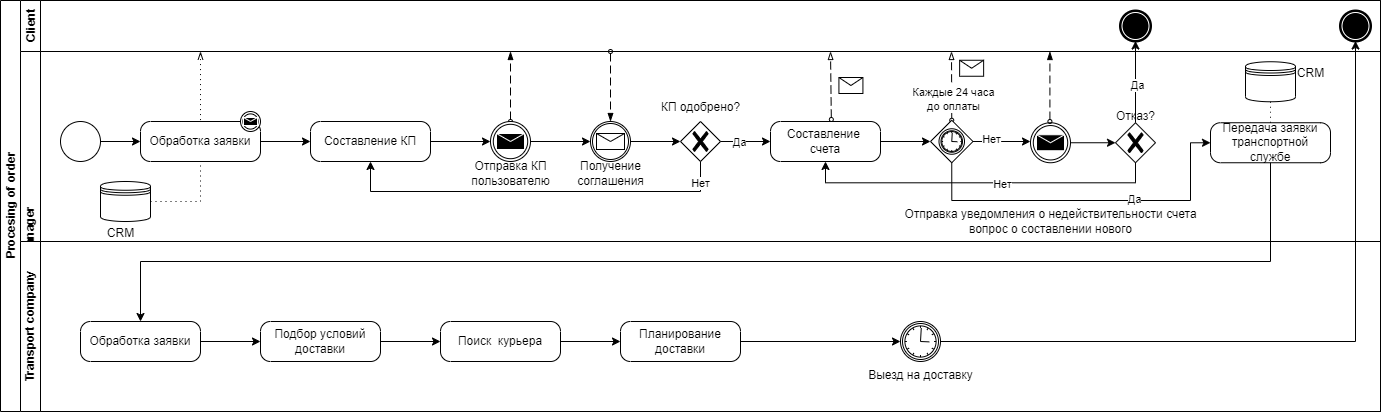
Before: Projects/Business_process/Processing_BPMN.drawio.png, a diagram exported from draw.io (biblelover1/main_repo). Source tidied: cells renumbered, new cells last; positions are measured from the earlier drawing's top-left corner, leaving out a move shared by most shapes.
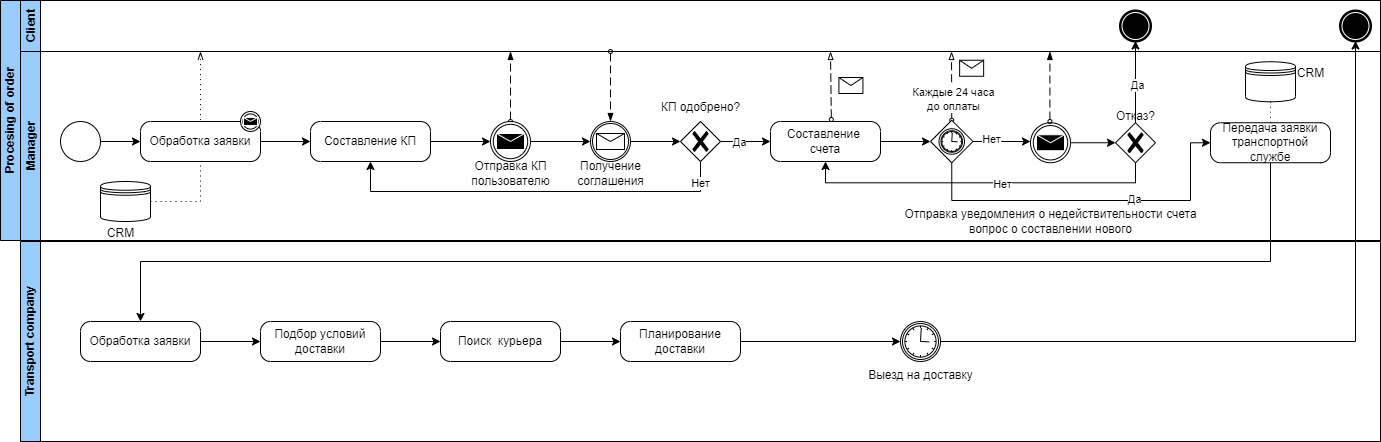
The same diagram one commit later.

The edit, as a diff of the source:
```diff
@@ -2,10 +2,10 @@
   <root>
     <mxCell id="0" />
     <mxCell id="1" parent="0" />
-    <mxCell id="2" value="Procesing of order" style="swimlane;html=1;horizontal=0;startSize=20;whiteSpace=wrap;fillColor=#FFFFFF;" parent="1" vertex="1">
-      <mxGeometry width="1380" height="411" as="geometry" />
+    <mxCell id="2" value="Procesing of order" style="swimlane;html=1;horizontal=0;startSize=20;whiteSpace=wrap;fillColor=#99CCFF;" parent="1" vertex="1">
+      <mxGeometry width="1380" height="240" as="geometry" />
     </mxCell>
-    <mxCell id="3" value="Client" style="swimlane;html=1;startSize=20;horizontal=0;" parent="2" vertex="1">
+    <mxCell id="3" value="Client" style="swimlane;html=1;startSize=20;horizontal=0;fillColor=#99CCFF;" parent="2" vertex="1">
       <mxGeometry x="20" width="1360" height="51" as="geometry" />
     </mxCell>
     <mxCell id="4" style="points=[[0.145,0.145,0],[0.5,0,0],[0.855,0.145,0],[1,0.5,0],[0.855,0.855,0],[0.5,1,0],[0.145,0.855,0],[0,0.5,0]];shape=mxgraph.bpmn.event;html=1;verticalLabelPosition=bottom;labelBackgroundColor=#ffffff;verticalAlign=top;align=center;perimeter=ellipsePerimeter;outlineConnect=0;outline=end;symbol=terminate;" parent="3" vertex="1">
@@ -14,8 +14,8 @@
     <mxCell id="5" style="points=[[0.145,0.145,0],[0.5,0,0],[0.855,0.145,0],[1,0.5,0],[0.855,0.855,0],[0.5,1,0],[0.145,0.855,0],[0,0.5,0]];shape=mxgraph.bpmn.event;html=1;verticalLabelPosition=bottom;labelBackgroundColor=#ffffff;verticalAlign=top;align=center;perimeter=ellipsePerimeter;outlineConnect=0;outline=end;symbol=terminate;" parent="3" vertex="1">
       <mxGeometry x="1100" y="10.5" width="30" height="30" as="geometry" />
     </mxCell>
-    <mxCell id="6" value="Manager" style="swimlane;html=1;startSize=20;horizontal=0;" parent="2" vertex="1">
-      <mxGeometry x="20" y="51" width="1360" height="360" as="geometry" />
+    <mxCell id="6" value="Manager" style="swimlane;html=1;startSize=20;horizontal=0;fillColor=#99CCFF;" parent="2" vertex="1">
+      <mxGeometry x="20" y="51" width="1360" height="189" as="geometry" />
     </mxCell>
     <mxCell id="7" style="points=[[0.145,0.145,0],[0.5,0,0],[0.855,0.145,0],[1,0.5,0],[0.855,0.855,0],[0.5,1,0],[0.145,0.855,0],[0,0.5,0]];shape=mxgraph.bpmn.event;html=1;verticalLabelPosition=bottom;labelBackgroundColor=#ffffff;verticalAlign=top;align=center;perimeter=ellipsePerimeter;outlineConnect=0;outline=standard;symbol=general;" parent="6" vertex="1">
       <mxGeometry x="40" y="70" width="40" height="40" as="geometry" />
@@ -89,8 +89,8 @@
     <mxCell id="26" value="Составление КП" style="points=[[0.25,0,0],[0.5,0,0],[0.75,0,0],[1,0.25,0],[1,0.5,0],[1,0.75,0],[0.75,1,0],[0.5,1,0],[0.25,1,0],[0,0.75,0],[0,0.5,0],[0,0.25,0]];shape=mxgraph.bpmn.task;whiteSpace=wrap;rectStyle=rounded;size=10;html=1;taskMarker=abstract;" parent="6" vertex="1">
       <mxGeometry x="290" y="70" width="120" height="40" as="geometry" />
     </mxCell>
-    <mxCell id="27" value="Transport company" style="swimlane;html=1;startSize=20;horizontal=0;" parent="6" vertex="1">
-      <mxGeometry y="190" width="1360" height="170" as="geometry" />
+    <mxCell id="27" value="Transport company" style="swimlane;html=1;startSize=20;horizontal=0;fillColor=#99CCFF;" parent="6" vertex="1">
+      <mxGeometry y="190" width="1360" height="200" as="geometry" />
     </mxCell>
     <mxCell id="28" value="Обработка заявки" style="points=[[0.25,0,0],[0.5,0,0],[0.75,0,0],[1,0.25,0],[1,0.5,0],[1,0.75,0],[0.75,1,0],[0.5,1,0],[0.25,1,0],[0,0.75,0],[0,0.5,0],[0,0.25,0]];shape=mxgraph.bpmn.task;whiteSpace=wrap;rectStyle=rounded;size=10;html=1;taskMarker=abstract;" parent="27" vertex="1">
       <mxGeometry x="60" y="80" width="120" height="40" as="geometry" />
```
